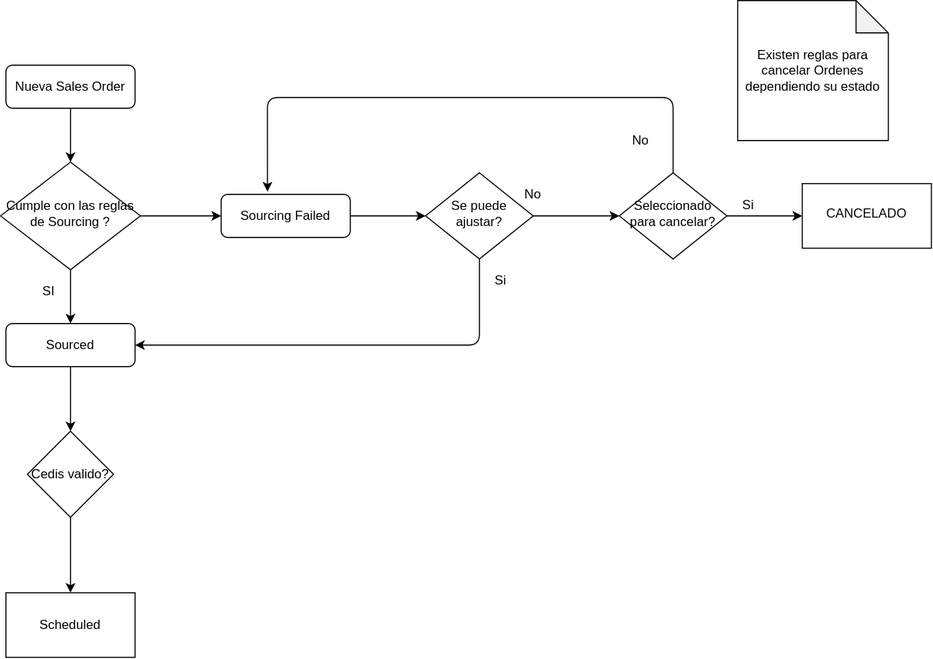
The draw.io diagram Pedidos.svg in erick12357/pruebaRest, before a commit. Source tidied: cells renumbered, new cells last; positions are measured from the earlier drawing's top-left corner, leaving out a move shared by most shapes.
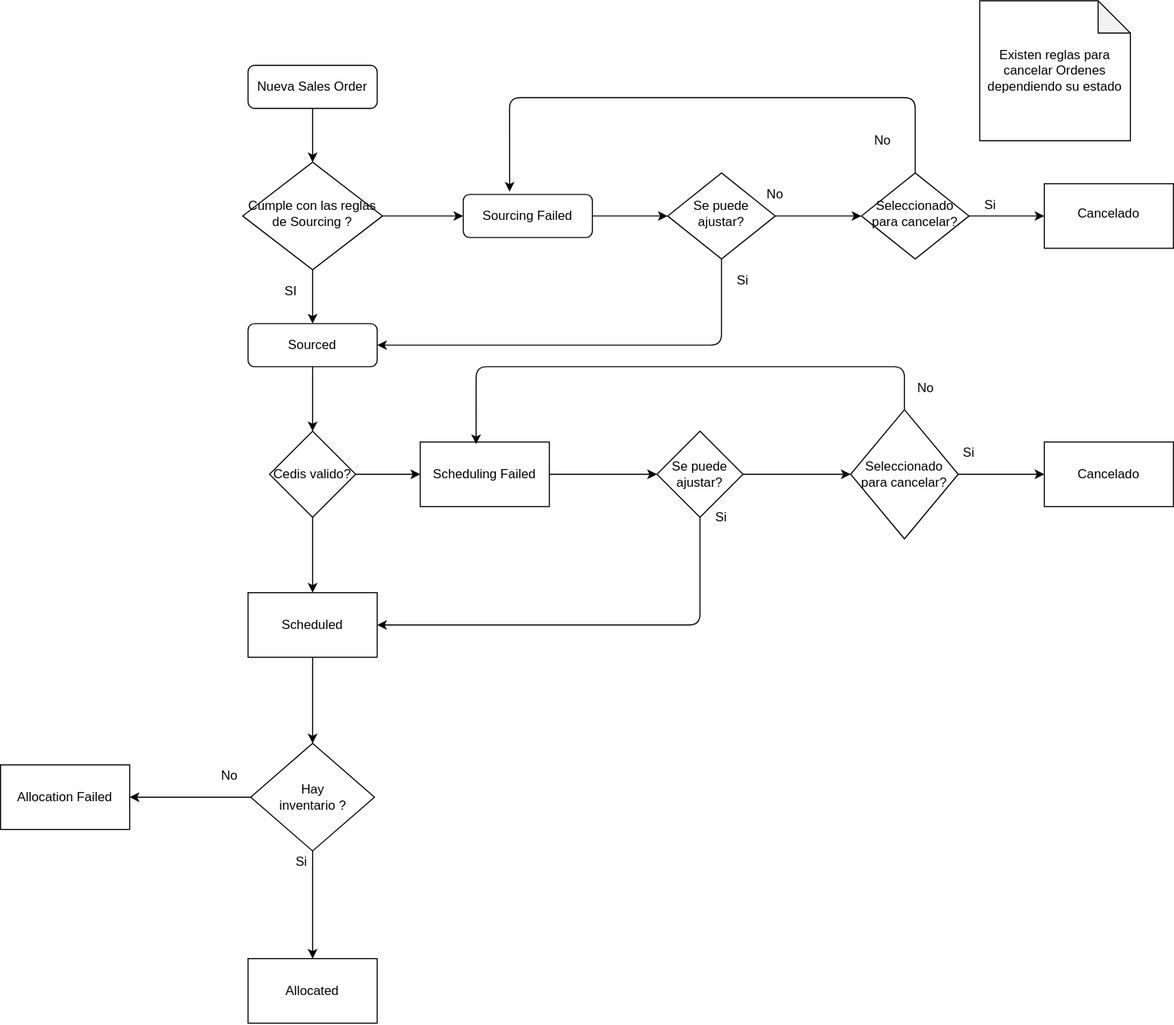
The same diagram one commit later.

The edit, as a diff of the source:
```diff
@@ -56,7 +56,7 @@
     <mxCell id="17" value="Seleccionado para cancelar?" style="rhombus;whiteSpace=wrap;html=1;shadow=0;fontFamily=Helvetica;fontSize=12;align=center;strokeWidth=1;spacing=6;spacingTop=-4;" parent="1" vertex="1">
       <mxGeometry x="575" y="160" width="100" height="80" as="geometry" />
     </mxCell>
-    <mxCell id="18" value="CANCELADO" style="whiteSpace=wrap;html=1;shadow=0;strokeWidth=1;spacing=6;spacingTop=-4;" parent="1" vertex="1">
+    <mxCell id="18" value="Cancelado" style="whiteSpace=wrap;html=1;shadow=0;strokeWidth=1;spacing=6;spacingTop=-4;" parent="1" vertex="1">
       <mxGeometry x="745" y="170" width="120" height="60" as="geometry" />
     </mxCell>
     <mxCell id="19" value="Si" style="text;html=1;strokeColor=none;fillColor=none;align=center;verticalAlign=middle;whiteSpace=wrap;rounded=0;" parent="1" vertex="1">
@@ -82,11 +82,83 @@
     <mxCell id="24" style="edgeStyle=orthogonalEdgeStyle;rounded=0;jettySize=auto;html=1;" parent="1" edge="1" source="25" target="26">
       <mxGeometry relative="1" as="geometry" />
     </mxCell>
+    <mxCell id="27" style="edgeStyle=orthogonalEdgeStyle;rounded=0;jettySize=auto;html=1;" parent="1" edge="1" source="25" target="30">
+      <mxGeometry relative="1" as="geometry" />
+    </mxCell>
     <mxCell id="25" value="Cedis valido?" style="rhombus;whiteSpace=wrap;html=1;" parent="1" vertex="1">
       <mxGeometry x="25" y="400" width="80" height="80" as="geometry" />
     </mxCell>
+    <mxCell id="28" style="edgeStyle=orthogonalEdgeStyle;rounded=0;jettySize=auto;html=1;" parent="1" edge="1" source="26" target="43">
+      <mxGeometry relative="1" as="geometry" />
+    </mxCell>
     <mxCell id="26" value="Scheduled" style="whiteSpace=wrap;html=1;" parent="1" vertex="1">
       <mxGeometry x="5" y="550" width="120" height="60" as="geometry" />
     </mxCell>
+    <mxCell id="29" style="edgeStyle=orthogonalEdgeStyle;rounded=0;jettySize=auto;html=1;" parent="1" edge="1" source="30" target="32">
+      <mxGeometry relative="1" as="geometry" />
+    </mxCell>
+    <mxCell id="30" value="Scheduling Failed" style="whiteSpace=wrap;html=1;" parent="1" vertex="1">
+      <mxGeometry x="165" y="410" width="120" height="60" as="geometry" />
+    </mxCell>
+    <mxCell id="31" style="edgeStyle=orthogonalEdgeStyle;rounded=0;jettySize=auto;html=1;" parent="1" edge="1" source="32" target="36">
+      <mxGeometry relative="1" as="geometry" />
+    </mxCell>
+    <mxCell id="32" value="&lt;span&gt;Se puede&lt;/span&gt;&lt;br&gt;&lt;span&gt;ajustar?&lt;/span&gt;" style="rhombus;whiteSpace=wrap;html=1;" parent="1" vertex="1">
+      <mxGeometry x="385" y="400" width="80" height="80" as="geometry" />
+    </mxCell>
+    <mxCell id="33" style="endArrow=classic;html=1;entryX=1;entryY=0.5;entryDx=0;entryDy=0;exitX=0.5;exitY=1;exitDx=0;exitDy=0;" parent="1" edge="1" source="32" target="26">
+      <mxGeometry relative="1" as="geometry">
+        <Array as="points">
+          <mxPoint x="425" y="580" />
+        </Array>
+      </mxGeometry>
+    </mxCell>
+    <mxCell id="34" value="Si" style="text;html=1;strokeColor=none;fillColor=none;align=center;verticalAlign=middle;whiteSpace=wrap;rounded=0;" parent="1" vertex="1">
+      <mxGeometry x="425" y="470" width="40" height="20" as="geometry" />
+    </mxCell>
+    <mxCell id="35" style="edgeStyle=orthogonalEdgeStyle;rounded=0;jettySize=auto;html=1;" parent="1" edge="1" source="36" target="37">
+      <mxGeometry relative="1" as="geometry" />
+    </mxCell>
+    <mxCell id="36" value="&lt;span&gt;Seleccionado para cancelar?&lt;/span&gt;" style="rhombus;whiteSpace=wrap;html=1;direction=south;" parent="1" vertex="1">
+      <mxGeometry x="565" y="380" width="100" height="120" as="geometry" />
+    </mxCell>
+    <mxCell id="37" value="Cancelado" style="whiteSpace=wrap;html=1;" parent="1" vertex="1">
+      <mxGeometry x="745" y="410" width="120" height="60" as="geometry" />
+    </mxCell>
+    <mxCell id="38" style="endArrow=classic;html=1;exitX=0;exitY=0.5;exitDx=0;exitDy=0;entryX=0.433;entryY=0.033;entryDx=0;entryDy=0;entryPerimeter=0;" parent="1" edge="1" source="36" target="30">
+      <mxGeometry relative="1" as="geometry">
+        <Array as="points">
+          <mxPoint x="615" y="340" />
+          <mxPoint x="217" y="340" />
+        </Array>
+      </mxGeometry>
+    </mxCell>
+    <mxCell id="39" value="Si" style="text;html=1;strokeColor=none;fillColor=none;align=center;verticalAlign=middle;whiteSpace=wrap;rounded=0;" parent="1" vertex="1">
+      <mxGeometry x="655" y="410" width="40" height="20" as="geometry" />
+    </mxCell>
+    <mxCell id="40" value="No" style="text;html=1;strokeColor=none;fillColor=none;align=center;verticalAlign=middle;whiteSpace=wrap;rounded=0;" parent="1" vertex="1">
+      <mxGeometry x="615" y="350" width="40" height="20" as="geometry" />
+    </mxCell>
+    <mxCell id="41" style="edgeStyle=orthogonalEdgeStyle;rounded=0;jettySize=auto;html=1;" parent="1" edge="1" source="43" target="44">
+      <mxGeometry relative="1" as="geometry" />
+    </mxCell>
+    <mxCell id="42" style="edgeStyle=orthogonalEdgeStyle;rounded=0;jettySize=auto;html=1;" parent="1" edge="1" source="43" target="45">
+      <mxGeometry relative="1" as="geometry" />
+    </mxCell>
+    <mxCell id="43" value="Hay &lt;br&gt;inventario ?" style="rhombus;whiteSpace=wrap;html=1;" parent="1" vertex="1">
+      <mxGeometry x="7.5" y="690" width="115" height="100" as="geometry" />
+    </mxCell>
+    <mxCell id="44" value="Allocated" style="whiteSpace=wrap;html=1;" parent="1" vertex="1">
+      <mxGeometry x="5" y="890" width="120" height="60" as="geometry" />
+    </mxCell>
+    <mxCell id="45" value="Allocation Failed" style="whiteSpace=wrap;html=1;" parent="1" vertex="1">
+      <mxGeometry x="-225" y="710" width="120" height="60" as="geometry" />
+    </mxCell>
+    <mxCell id="46" value="No" style="text;html=1;strokeColor=none;fillColor=none;align=center;verticalAlign=middle;whiteSpace=wrap;rounded=0;" parent="1" vertex="1">
+      <mxGeometry x="-32.5" y="710" width="40" height="20" as="geometry" />
+    </mxCell>
+    <mxCell id="47" value="Si" style="text;html=1;strokeColor=none;fillColor=none;align=center;verticalAlign=middle;whiteSpace=wrap;rounded=0;" parent="1" vertex="1">
+      <mxGeometry x="35" y="790" width="40" height="20" as="geometry" />
+    </mxCell>
   </root>
 </mxGraphModel>
```
